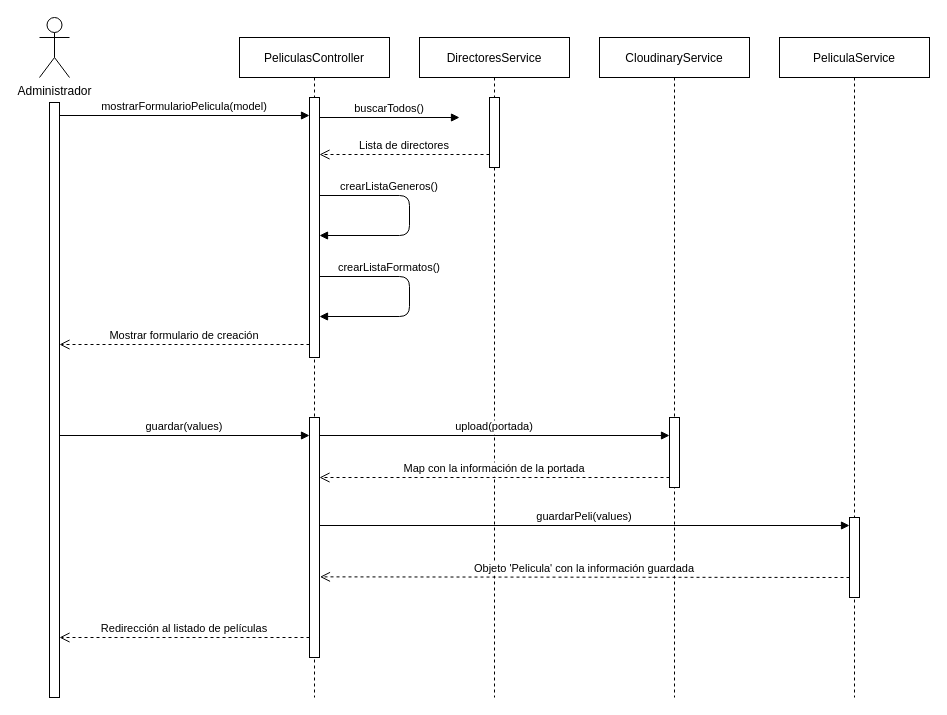
This is Documentación/1. Diagramas/4. Diagrama de secuencia/Diagrama de secuencia.drawio from diegogmino/FinDeCicloDGM-DAW, a draw.io file, before an edit. Source tidied: cells renumbered, new cells numbered last; positions are measured from the earlier drawing's top-left corner, leaving out a move shared by most shapes. Both pictures are drawn from the tidied source at 100%, with x=0, y=0 at pixel (39, 17).
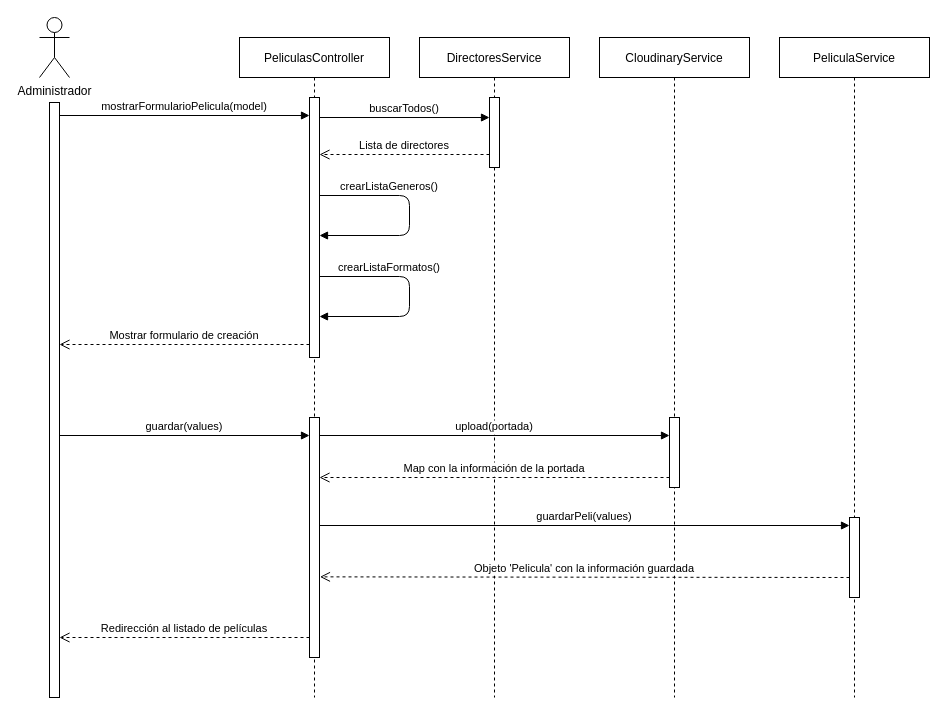
The same diagram, later.

Commit message (it also covers changes not shown here):
Diagrama de secuencia modificado

The change refers to these unchanged cells:
```xml
<mxCell id="9" style="points=[];perimeter=orthogonalPerimeter;rounded=0;shadow=0;strokeWidth=1;" parent="8" vertex="1">
  <mxGeometry x="70" y="60" width="10" height="70" as="geometry" />
</mxCell>
```

The edit, as a diff of the source:
```diff
@@
-    <mxCell id="10" value="buscarTodos()" style="verticalAlign=bottom;endArrow=block;shadow=0;strokeWidth=1;" parent="1" edge="1">
+    <mxCell id="10" value="buscarTodos()" style="verticalAlign=bottom;endArrow=block;shadow=0;strokeWidth=1;entryX=0;entryY=0.286;entryDx=0;entryDy=0;entryPerimeter=0;" parent="1" edge="1" target="9">
       <mxGeometry relative="1" as="geometry">
         <mxPoint x="280" y="100" as="sourcePoint" />
-        <mxPoint x="420" y="100" as="targetPoint" />
       </mxGeometry>
     </mxCell>
```
